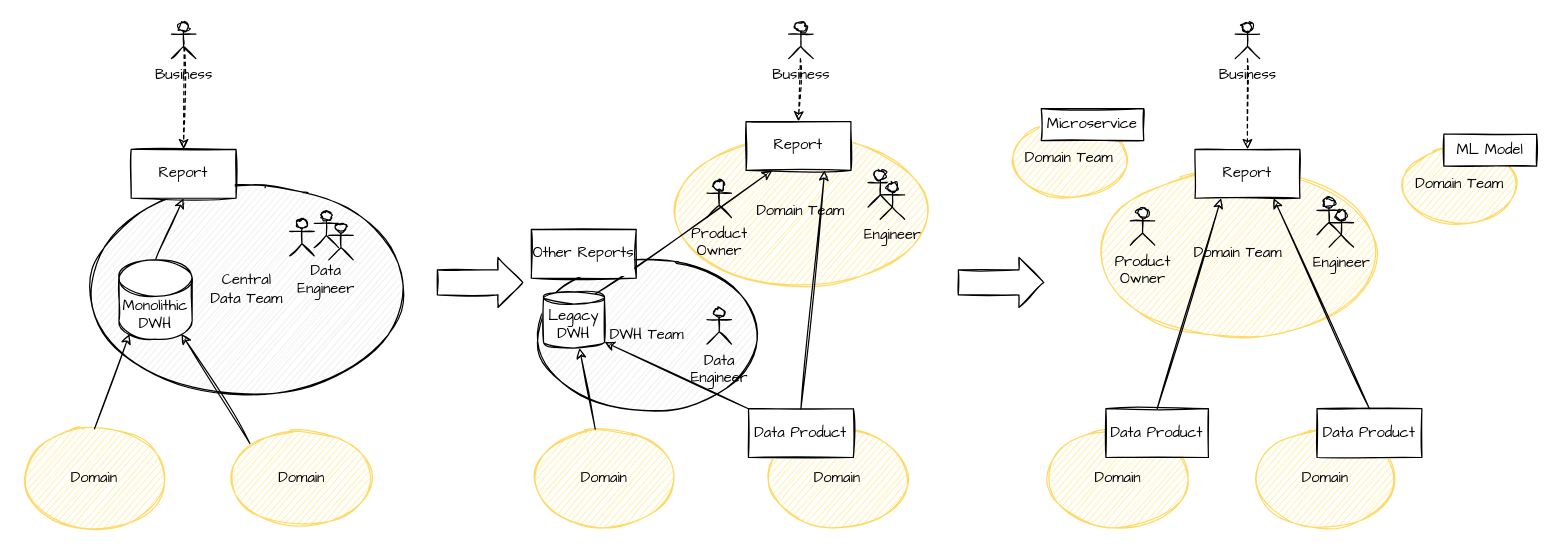
The draw.io diagram diagrams/newdomainteam2.drawio in datamesh-architecture/datamesh-architecture.com, before the edit. Source tidied: cells renumbered, new cells numbered last; positions are measured from the earlier drawing's top-left corner, leaving out a move shared by most shapes. Both pictures are drawn from the tidied source at 122%, with x=0, y=0 at pixel (21, 21).
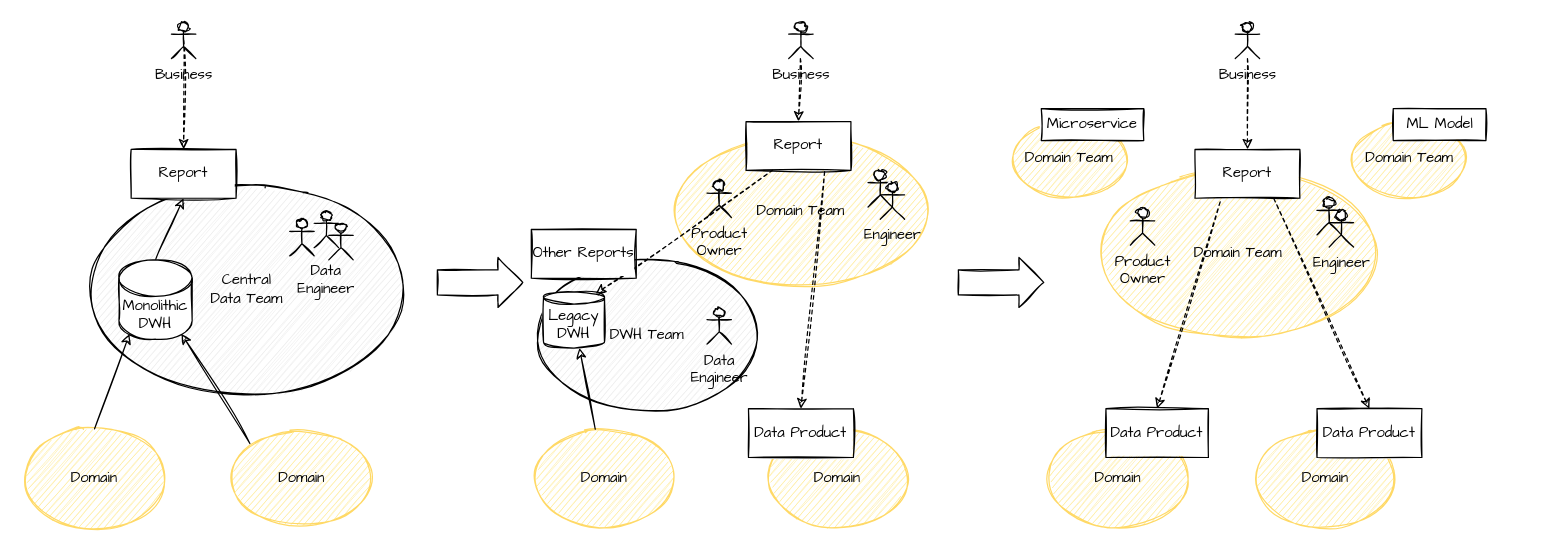
The same page after the edit.

Unchanged cells that the change refers to:
```xml
<mxCell id="17" value="Data Product" style="rounded=0;whiteSpace=wrap;html=1;sketch=1;fontFamily=Architects Daughter;" parent="1" vertex="1">
  <mxGeometry x="596" y="317.5" width="86" height="40" as="geometry" />
</mxCell>
<mxCell id="22" value="Report" style="rounded=0;whiteSpace=wrap;html=1;sketch=1;fontFamily=Architects Daughter;" parent="1" vertex="1">
  <mxGeometry x="594" y="82.2" width="86" height="40" as="geometry" />
</mxCell>
<mxCell id="34" value="Data Product" style="rounded=0;whiteSpace=wrap;html=1;sketch=1;fontFamily=Architects Daughter;" parent="1" vertex="1">
  <mxGeometry x="889" y="317.5" width="84" height="40" as="geometry" />
</mxCell>
<mxCell id="35" value="Data Product" style="rounded=0;whiteSpace=wrap;html=1;sketch=1;fontFamily=Architects Daughter;" parent="1" vertex="1">
  <mxGeometry x="1062" y="317.5" width="86" height="40" as="geometry" />
</mxCell>
<mxCell id="40" value="Report" style="rounded=0;whiteSpace=wrap;html=1;sketch=1;fontFamily=Architects Daughter;" parent="1" vertex="1">
  <mxGeometry x="962" y="105" width="86" height="40" as="geometry" />
</mxCell>
<mxCell id="42" value="Legacy DWH" style="shape=cylinder3;whiteSpace=wrap;html=1;boundedLbl=1;backgroundOutline=1;size=5;sketch=1;fontFamily=Architects Daughter;" parent="1" vertex="1">
  <mxGeometry x="428" y="221.8" width="50" height="46" as="geometry" />
</mxCell>
```

Change to the diagram source:
```diff
@@
-    <mxCell id="19" style="endArrow=classic;html=1;rounded=0;entryX=0.75;entryY=1;entryDx=0;entryDy=0;exitX=0.5;exitY=0;exitDx=0;exitDy=0;sketch=1;fontFamily=Architects Daughter;" parent="1" edge="1" source="17" target="22">
+    <mxCell id="19" style="endArrow=none;html=1;rounded=0;entryX=0.75;entryY=1;entryDx=0;entryDy=0;exitX=0.5;exitY=0;exitDx=0;exitDy=0;sketch=1;fontFamily=Architects Daughter;startArrow=classic;startFill=1;endFill=0;dashed=1;" parent="1" edge="1" source="17" target="22">
       <mxGeometry relative="1" as="geometry" />
     </mxCell>
@@
-    <mxCell id="36" style="endArrow=classic;html=1;rounded=0;entryX=0.25;entryY=1;entryDx=0;entryDy=0;exitX=0.5;exitY=0;exitDx=0;exitDy=0;sketch=1;fontFamily=Architects Daughter;" parent="1" edge="1" source="34" target="40">
+    <mxCell id="36" style="endArrow=none;html=1;rounded=0;entryX=0.25;entryY=1;entryDx=0;entryDy=0;exitX=0.5;exitY=0;exitDx=0;exitDy=0;sketch=1;fontFamily=Architects Daughter;startArrow=classic;startFill=1;endFill=0;dashed=1;" parent="1" edge="1" source="34" target="40">
       <mxGeometry relative="1" as="geometry" />
     </mxCell>
-    <mxCell id="37" style="endArrow=classic;html=1;rounded=0;entryX=0.75;entryY=1;entryDx=0;entryDy=0;exitX=0.5;exitY=0;exitDx=0;exitDy=0;sketch=1;fontFamily=Architects Daughter;" parent="1" edge="1" source="35" target="40">
+    <mxCell id="37" style="endArrow=none;html=1;rounded=0;entryX=0.75;entryY=1;entryDx=0;entryDy=0;exitX=0.5;exitY=0;exitDx=0;exitDy=0;sketch=1;fontFamily=Architects Daughter;startArrow=classic;startFill=1;endFill=0;dashed=1;" parent="1" edge="1" source="35" target="40">
       <mxGeometry relative="1" as="geometry" />
     </mxCell>
@@
-    <mxCell id="45" style="endArrow=classic;html=1;rounded=0;entryX=0.25;entryY=1;entryDx=0;entryDy=0;exitX=0.855;exitY=0;exitDx=0;exitDy=1.45;exitPerimeter=0;sketch=1;fontFamily=Architects Daughter;" parent="1" edge="1" source="42" target="22">
+    <mxCell id="45" style="endArrow=none;html=1;rounded=0;entryX=0.25;entryY=1;entryDx=0;entryDy=0;exitX=0.855;exitY=0;exitDx=0;exitDy=1.45;exitPerimeter=0;sketch=1;fontFamily=Architects Daughter;startArrow=classic;startFill=1;endFill=0;dashed=1;" parent="1" edge="1" source="42" target="22">
       <mxGeometry relative="1" as="geometry" />
     </mxCell>
@@
     <mxCell id="48" value="Domain Team" style="ellipse;whiteSpace=wrap;html=1;verticalAlign=middle;fillColor=#FFEB99;strokeColor=#FFD966;sketch=1;fontFamily=Architects Daughter;" parent="1" vertex="1">
-      <mxGeometry x="1130" y="103.2" width="98" height="62.2" as="geometry" />
+      <mxGeometry x="1088.5" y="82.2" width="98" height="62.2" as="geometry" />
     </mxCell>
-    <mxCell id="49" style="endArrow=classic;html=1;rounded=0;exitX=0;exitY=0;exitDx=0;exitDy=0;entryX=1;entryY=1;entryDx=0;entryDy=-5;entryPerimeter=0;sketch=1;fontFamily=Architects Daughter;" parent="1" edge="1" source="17" target="42">
-      <mxGeometry relative="1" as="geometry" />
-    </mxCell>
@@
     <mxCell id="52" value="ML Model" style="rounded=0;whiteSpace=wrap;html=1;sketch=1;fontFamily=Architects Daughter;" parent="1" vertex="1">
-      <mxGeometry x="1166" y="92.5" width="76" height="26.2" as="geometry" />
+      <mxGeometry x="1124.5" y="71.5" width="76" height="26.2" as="geometry" />
     </mxCell>
```
